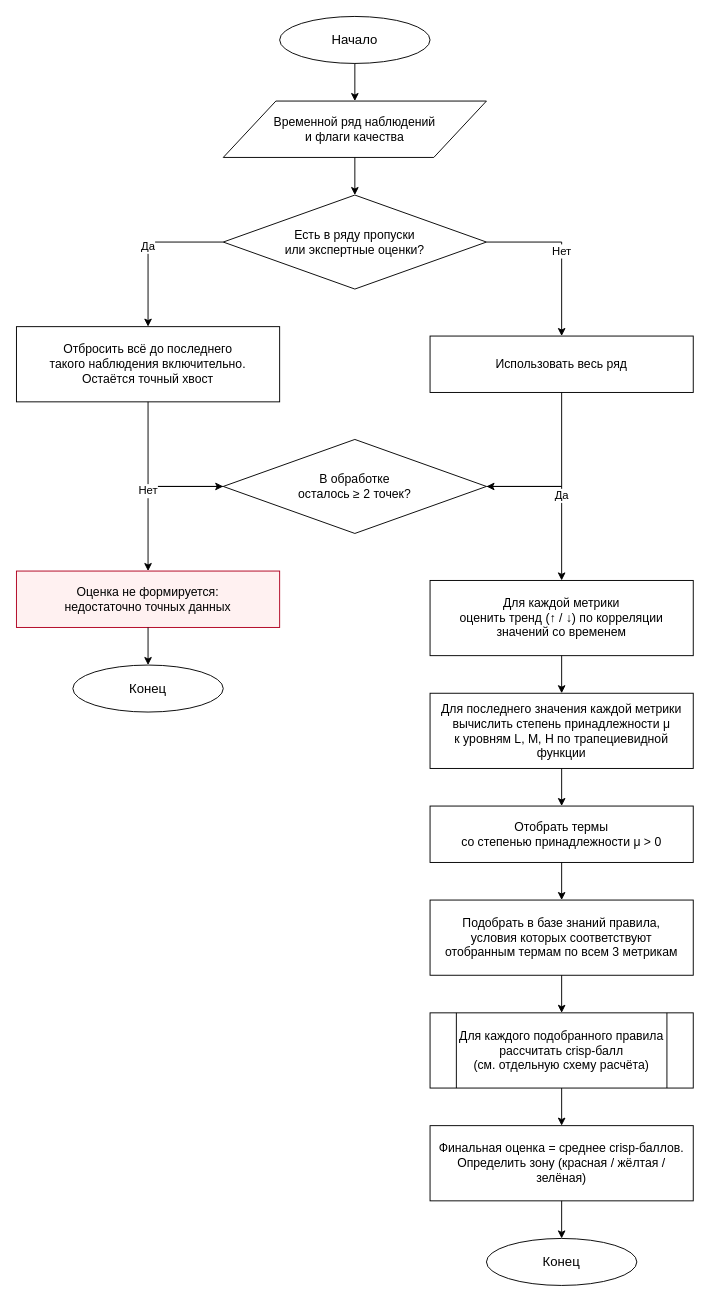
Earlier version of the draw.io diagram samples/test-cases/diagrams/fuzzy.drawio (arishkaa05/Supplier-Evaluation-System). Source tidied: cells renumbered, new cells numbered last; positions are measured from the earlier drawing's top-left corner, leaving out a move shared by most shapes. Both pictures are drawn from the tidied source at 94%, with x=0, y=0 at pixel (16, 16).
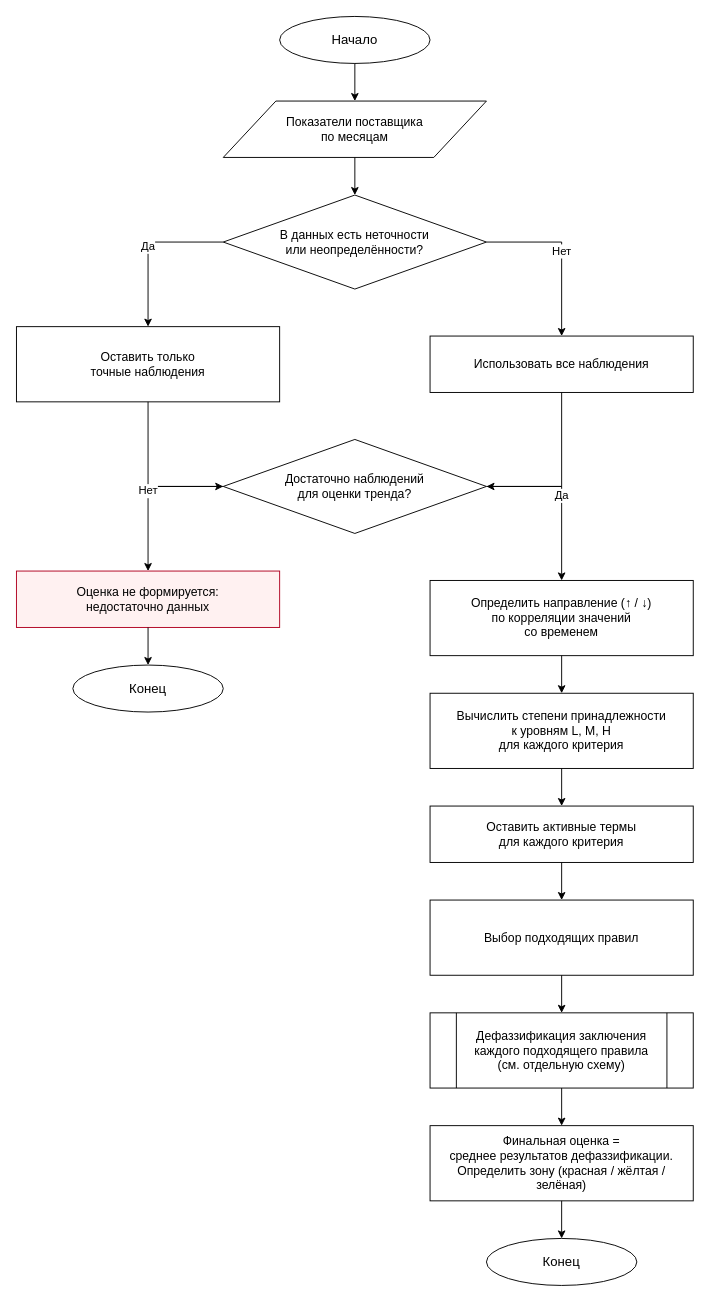
After the change.

The edit, as a diff of the source:
```diff
@@
-    <mxCell id="3" value="Временной ряд наблюдений&#10;и флаги качества" style="shape=parallelogram;perimeter=parallelogramPerimeter;whiteSpace=wrap;html=1;fillColor=#FFFFFF;strokeColor=#000000;fontSize=13;" parent="1" vertex="1">
+    <mxCell id="3" value="Показатели поставщика&#10;по месяцам" style="shape=parallelogram;perimeter=parallelogramPerimeter;whiteSpace=wrap;html=1;fillColor=#FFFFFF;strokeColor=#000000;fontSize=13;" parent="1" vertex="1">
       <mxGeometry x="220" y="90" width="280" height="60" as="geometry" />
     </mxCell>
-    <mxCell id="4" value="Есть в ряду пропуски&#10;или экспертные оценки?" style="rhombus;whiteSpace=wrap;html=1;fillColor=#FFFFFF;strokeColor=#000000;fontSize=13;" parent="1" vertex="1">
+    <mxCell id="4" value="В данных есть неточности&#10;или неопределённости?" style="rhombus;whiteSpace=wrap;html=1;fillColor=#FFFFFF;strokeColor=#000000;fontSize=13;" parent="1" vertex="1">
       <mxGeometry x="220" y="190" width="280" height="100" as="geometry" />
     </mxCell>
-    <mxCell id="5" value="Отбросить всё до последнего&#10;такого наблюдения включительно.&#10;Остаётся точный хвост" style="rounded=0;whiteSpace=wrap;html=1;fillColor=#FFFFFF;strokeColor=#000000;fontSize=13;" parent="1" vertex="1">
+    <mxCell id="5" value="Оставить только&#10;точные наблюдения" style="rounded=0;whiteSpace=wrap;html=1;fillColor=#FFFFFF;strokeColor=#000000;fontSize=13;" parent="1" vertex="1">
       <mxGeometry y="330" width="280" height="80" as="geometry" />
     </mxCell>
-    <mxCell id="6" value="Использовать весь ряд" style="rounded=0;whiteSpace=wrap;html=1;fillColor=#FFFFFF;strokeColor=#000000;fontSize=13;" parent="1" vertex="1">
+    <mxCell id="6" value="Использовать все наблюдения" style="rounded=0;whiteSpace=wrap;html=1;fillColor=#FFFFFF;strokeColor=#000000;fontSize=13;" parent="1" vertex="1">
       <mxGeometry x="440" y="340" width="280" height="60" as="geometry" />
     </mxCell>
-    <mxCell id="7" value="В обработке&#10;осталось ≥ 2 точек?" style="rhombus;whiteSpace=wrap;html=1;fillColor=#FFFFFF;strokeColor=#000000;fontSize=13;" parent="1" vertex="1">
+    <mxCell id="7" value="Достаточно наблюдений&#10;для оценки тренда?" style="rhombus;whiteSpace=wrap;html=1;fillColor=#FFFFFF;strokeColor=#000000;fontSize=13;" parent="1" vertex="1">
       <mxGeometry x="220" y="450" width="280" height="100" as="geometry" />
     </mxCell>
-    <mxCell id="8" value="Оценка не формируется:&#10;недостаточно точных данных" style="rounded=0;whiteSpace=wrap;html=1;fillColor=#FFF1F1;strokeColor=#B00020;fontSize=13;" parent="1" vertex="1">
+    <mxCell id="8" value="Оценка не формируется:&#10;недостаточно данных" style="rounded=0;whiteSpace=wrap;html=1;fillColor=#FFF1F1;strokeColor=#B00020;fontSize=13;" parent="1" vertex="1">
       <mxGeometry y="590" width="280" height="60" as="geometry" />
     </mxCell>
@@
-    <mxCell id="10" value="Для каждой метрики&#10;оценить тренд (↑ / ↓) по корреляции&#10;значений со временем" style="rounded=0;whiteSpace=wrap;html=1;fillColor=#FFFFFF;strokeColor=#000000;fontSize=13;" parent="1" vertex="1">
+    <mxCell id="10" value="Определить направление (↑ / ↓)&#10;по корреляции значений&#10;со временем" style="rounded=0;whiteSpace=wrap;html=1;fillColor=#FFFFFF;strokeColor=#000000;fontSize=13;" parent="1" vertex="1">
       <mxGeometry x="440" y="600" width="280" height="80" as="geometry" />
     </mxCell>
-    <mxCell id="11" value="Для последнего значения каждой метрики&#10;вычислить степень принадлежности μ&#10;к уровням L, M, H по трапециевидной функции" style="rounded=0;whiteSpace=wrap;html=1;fillColor=#FFFFFF;strokeColor=#000000;fontSize=13;" parent="1" vertex="1">
+    <mxCell id="11" value="Вычислить степени принадлежности&#10;к уровням L, M, H&#10;для каждого критерия" style="rounded=0;whiteSpace=wrap;html=1;fillColor=#FFFFFF;strokeColor=#000000;fontSize=13;" parent="1" vertex="1">
       <mxGeometry x="440" y="720" width="280" height="80" as="geometry" />
     </mxCell>
-    <mxCell id="12" value="Отобрать термы&#10;со степенью принадлежности μ &gt; 0" style="rounded=0;whiteSpace=wrap;html=1;fillColor=#FFFFFF;strokeColor=#000000;fontSize=13;" parent="1" vertex="1">
+    <mxCell id="12" value="Оставить активные термы&#10;для каждого критерия" style="rounded=0;whiteSpace=wrap;html=1;fillColor=#FFFFFF;strokeColor=#000000;fontSize=13;" parent="1" vertex="1">
       <mxGeometry x="440" y="840" width="280" height="60" as="geometry" />
     </mxCell>
-    <mxCell id="13" value="Подобрать в базе знаний правила,&#10;условия которых соответствуют&#10;отобранным термам по всем 3 метрикам" style="rounded=0;whiteSpace=wrap;html=1;fillColor=#FFFFFF;strokeColor=#000000;fontSize=13;" parent="1" vertex="1">
+    <mxCell id="13" value="Выбор подходящих правил" style="rounded=0;whiteSpace=wrap;html=1;fillColor=#FFFFFF;strokeColor=#000000;fontSize=13;" parent="1" vertex="1">
       <mxGeometry x="440" y="940" width="280" height="80" as="geometry" />
     </mxCell>
-    <mxCell id="14" value="Для каждого подобранного правила&#10;рассчитать crisp-балл&#10;(см. отдельную схему расчёта)" style="shape=process;whiteSpace=wrap;html=1;fillColor=#FFFFFF;strokeColor=#000000;fontSize=13;" parent="1" vertex="1">
+    <mxCell id="14" value="Дефаззификация заключения&#10;каждого подходящего правила&#10;(см. отдельную схему)" style="shape=process;whiteSpace=wrap;html=1;fillColor=#FFFFFF;strokeColor=#000000;fontSize=13;" parent="1" vertex="1">
       <mxGeometry x="440" y="1060" width="280" height="80" as="geometry" />
     </mxCell>
-    <mxCell id="15" value="Финальная оценка = среднее crisp-баллов.&#10;Определить зону (красная / жёлтая / зелёная)" style="rounded=0;whiteSpace=wrap;html=1;fillColor=#FFFFFF;strokeColor=#000000;fontSize=13;" parent="1" vertex="1">
+    <mxCell id="15" value="Финальная оценка =&#10;среднее результатов дефаззификации.&#10;Определить зону (красная / жёлтая / зелёная)" style="rounded=0;whiteSpace=wrap;html=1;fillColor=#FFFFFF;strokeColor=#000000;fontSize=13;" parent="1" vertex="1">
       <mxGeometry x="440" y="1180" width="280" height="80" as="geometry" />
     </mxCell>
```
